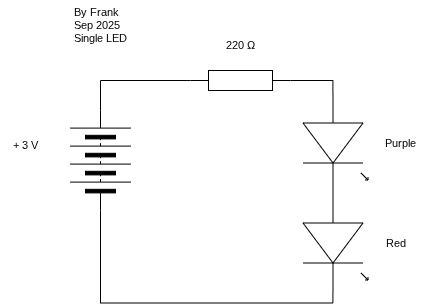
Frank-Cleasby/TEJ2O-Unit5-03 keeps this draw.io diagram as several_LED.png. Above is the earlier version. Source tidied: cells renumbered, new cells last; positions are measured from the earlier drawing's top-left corner, leaving out a move shared by most shapes.
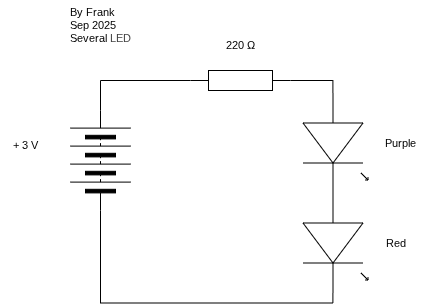
Later version of the same file.

Commit message:
did something

The edit, as a diff of the source:
```diff
@@ -29,7 +29,7 @@
     <mxCell id="10" value="+ 3 V" style="text;html=1;align=center;verticalAlign=middle;strokeColor=none;fillColor=none;fontFamily=Helvetica;fontSize=11;fontColor=default;labelBackgroundColor=default;" parent="1" vertex="1">
       <mxGeometry y="130" width="50" height="30" as="geometry" />
     </mxCell>
-    <mxCell id="11" value="&lt;div style=&quot;text-align: left;&quot;&gt;&lt;span style=&quot;background-color: light-dark(#ffffff, var(--ge-dark-color, #121212));&quot;&gt;By Frank&lt;/span&gt;&lt;/div&gt;&lt;div style=&quot;text-align: left;&quot;&gt;Sep 2025&lt;/div&gt;&lt;div&gt;Single LED&lt;/div&gt;" style="text;html=1;align=center;verticalAlign=middle;strokeColor=none;fillColor=none;fontFamily=Helvetica;fontSize=11;fontColor=default;labelBackgroundColor=default;" parent="1" vertex="1">
+    <mxCell id="11" value="&lt;div style=&quot;text-align: left;&quot;&gt;&lt;span style=&quot;background-color: light-dark(#ffffff, var(--ge-dark-color, #121212));&quot;&gt;By Frank&lt;/span&gt;&lt;/div&gt;&lt;div style=&quot;text-align: left;&quot;&gt;Sep 2025&lt;/div&gt;&lt;div&gt;Several&lt;span style=&quot;color: rgb(63, 63, 63); background-color: light-dark(#ffffff, var(--ge-dark-color, #121212));&quot;&gt;&amp;nbsp;LED&lt;/span&gt;&lt;/div&gt;" style="text;html=1;align=center;verticalAlign=middle;strokeColor=none;fillColor=none;fontFamily=Helvetica;fontSize=11;fontColor=default;labelBackgroundColor=default;" parent="1" vertex="1">
       <mxGeometry x="60" width="80" height="50" as="geometry" />
     </mxCell>
     <mxCell id="12" style="verticalLabelPosition=bottom;shadow=0;dashed=0;align=center;html=1;verticalAlign=top;shape=mxgraph.electrical.opto_electronics.led_1;rotation=90;" parent="1" vertex="1">
```
